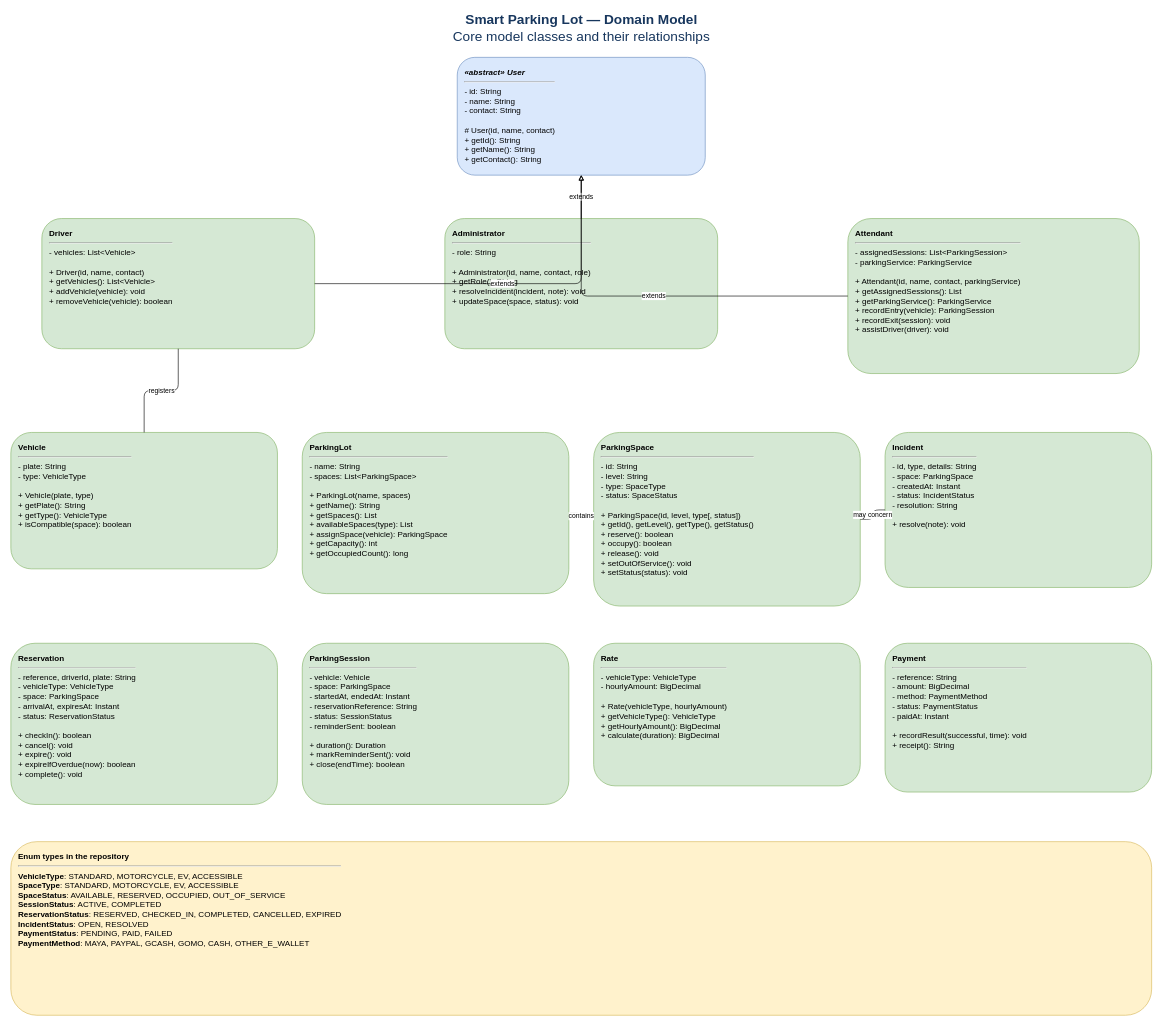
The draw.io diagram page "Domain Model" (1 of 2) of diagrams/SPLS_Class_Diagram.drawio in andreinidea886-wq/Smart-Parking-lot, before the edit. Source tidied: cells renumbered, new cells numbered last; positions are measured from the earlier drawing's top-left corner, leaving out a move shared by most shapes. Both pictures are drawn from the tidied source at 62%, with x=0, y=0 at pixel (11, 11).
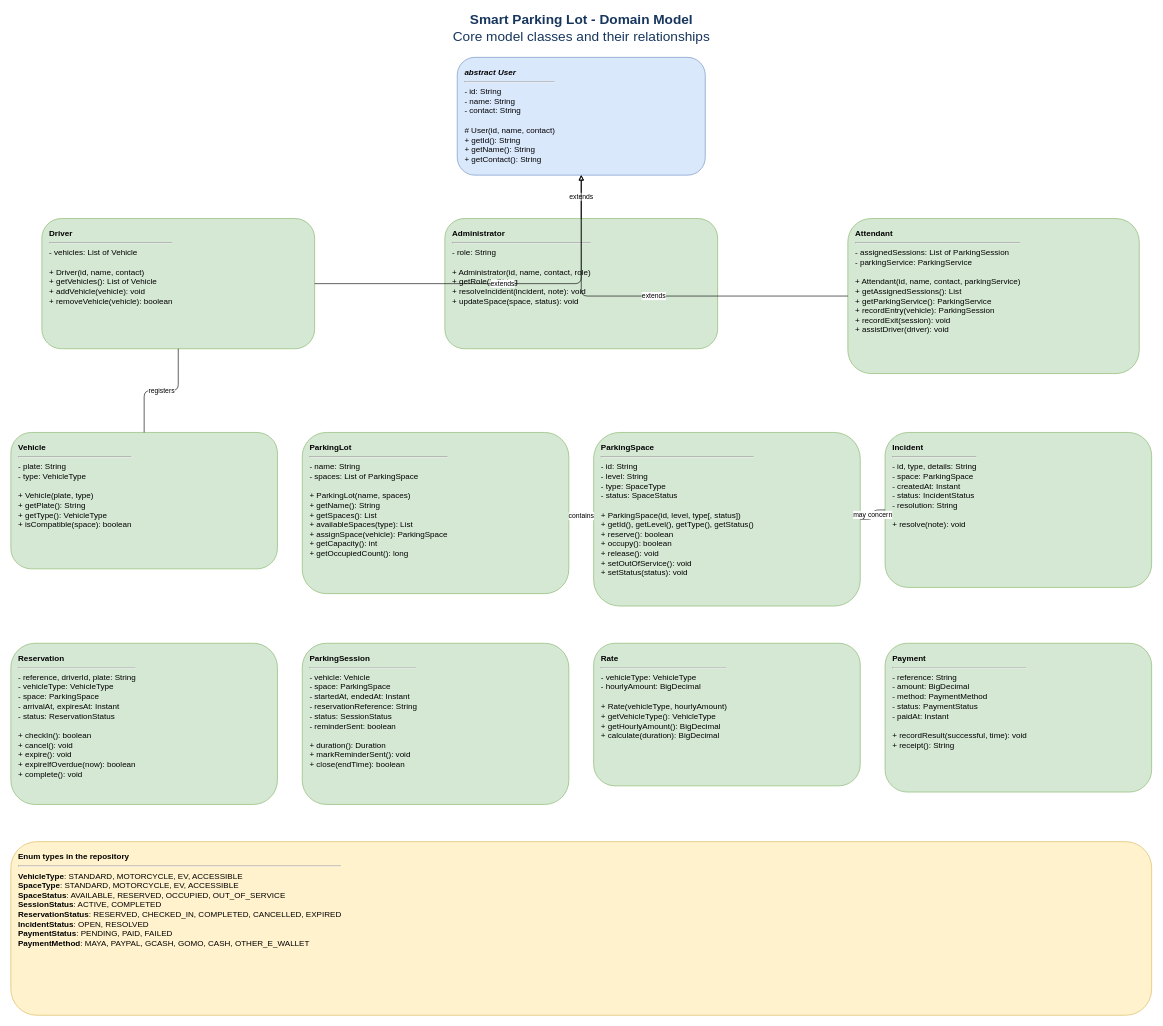
After the change.

The edit, as a diff of the source:
```diff
@@
-    <mxCell id="2" value="&lt;b&gt;Smart Parking Lot — Domain Model&lt;/b&gt;&lt;br/&gt;Core model classes and their relationships" style="text;html=1;align=center;verticalAlign=middle;fontSize=22;fontColor=#17365D;" parent="1" vertex="1">
+    <mxCell id="2" value="&lt;b&gt;Smart Parking Lot  -  Domain Model&lt;/b&gt;&lt;br/&gt;Core model classes and their relationships" style="text;html=1;align=center;verticalAlign=middle;fontSize=22;fontColor=#17365D;" parent="1" vertex="1">
       <mxGeometry width="1840" height="55" as="geometry" />
     </mxCell>
-    <mxCell id="3" value="&lt;b&gt;&lt;i&gt;«abstract» User&lt;/i&gt;&lt;/b&gt;&lt;hr align='left'/&gt;- id: String&lt;br/&gt;- name: String&lt;br/&gt;- contact: String&lt;br/&gt;&lt;br/&gt;# User(id, name, contact)&lt;br/&gt;+ getId(): String&lt;br/&gt;+ getName(): String&lt;br/&gt;+ getContact(): String" style="rounded=1;whiteSpace=wrap;html=1;align=left;verticalAlign=top;spacing=12;fontSize=13;fillColor=#dae8fc;strokeColor=#6c8ebf;" parent="1" vertex="1">
+    <mxCell id="3" value="&lt;b&gt;&lt;i&gt;abstract User&lt;/i&gt;&lt;/b&gt;&lt;hr align='left'/&gt;- id: String&lt;br/&gt;- name: String&lt;br/&gt;- contact: String&lt;br/&gt;&lt;br/&gt;# User(id, name, contact)&lt;br/&gt;+ getId(): String&lt;br/&gt;+ getName(): String&lt;br/&gt;+ getContact(): String" style="rounded=1;whiteSpace=wrap;html=1;align=left;verticalAlign=top;spacing=12;fontSize=13;fillColor=#dae8fc;strokeColor=#6c8ebf;" parent="1" vertex="1">
       <mxGeometry x="720" y="75" width="400" height="190" as="geometry" />
     </mxCell>
-    <mxCell id="4" value="&lt;b&gt;Driver&lt;/b&gt;&lt;hr align='left'/&gt;- vehicles: List&amp;lt;Vehicle&amp;gt;&lt;br/&gt;&lt;br/&gt;+ Driver(id, name, contact)&lt;br/&gt;+ getVehicles(): List&amp;lt;Vehicle&amp;gt;&lt;br/&gt;+ addVehicle(vehicle): void&lt;br/&gt;+ removeVehicle(vehicle): boolean" style="rounded=1;whiteSpace=wrap;html=1;align=left;verticalAlign=top;spacing=12;fontSize=13;fillColor=#d5e8d4;strokeColor=#82b366;" parent="1" vertex="1">
+    <mxCell id="4" value="&lt;b&gt;Driver&lt;/b&gt;&lt;hr align='left'/&gt;- vehicles: List of Vehicle&lt;br/&gt;&lt;br/&gt;+ Driver(id, name, contact)&lt;br/&gt;+ getVehicles(): List of Vehicle&lt;br/&gt;+ addVehicle(vehicle): void&lt;br/&gt;+ removeVehicle(vehicle): boolean" style="rounded=1;whiteSpace=wrap;html=1;align=left;verticalAlign=top;spacing=12;fontSize=13;fillColor=#d5e8d4;strokeColor=#82b366;" parent="1" vertex="1">
       <mxGeometry x="50" y="335" width="440" height="210" as="geometry" />
     </mxCell>
@@
-    <mxCell id="6" value="&lt;b&gt;Attendant&lt;/b&gt;&lt;hr align='left'/&gt;- assignedSessions: List&amp;lt;ParkingSession&amp;gt;&lt;br/&gt;- parkingService: ParkingService&lt;br/&gt;&lt;br/&gt;+ Attendant(id, name, contact, parkingService)&lt;br/&gt;+ getAssignedSessions(): List&lt;br/&gt;+ getParkingService(): ParkingService&lt;br/&gt;+ recordEntry(vehicle): ParkingSession&lt;br/&gt;+ recordExit(session): void&lt;br/&gt;+ assistDriver(driver): void" style="rounded=1;whiteSpace=wrap;html=1;align=left;verticalAlign=top;spacing=12;fontSize=13;fillColor=#d5e8d4;strokeColor=#82b366;" parent="1" vertex="1">
+    <mxCell id="6" value="&lt;b&gt;Attendant&lt;/b&gt;&lt;hr align='left'/&gt;- assignedSessions: List of ParkingSession&lt;br/&gt;- parkingService: ParkingService&lt;br/&gt;&lt;br/&gt;+ Attendant(id, name, contact, parkingService)&lt;br/&gt;+ getAssignedSessions(): List&lt;br/&gt;+ getParkingService(): ParkingService&lt;br/&gt;+ recordEntry(vehicle): ParkingSession&lt;br/&gt;+ recordExit(session): void&lt;br/&gt;+ assistDriver(driver): void" style="rounded=1;whiteSpace=wrap;html=1;align=left;verticalAlign=top;spacing=12;fontSize=13;fillColor=#d5e8d4;strokeColor=#82b366;" parent="1" vertex="1">
       <mxGeometry x="1350" y="335" width="470" height="250" as="geometry" />
     </mxCell>
@@
-    <mxCell id="8" value="&lt;b&gt;ParkingLot&lt;/b&gt;&lt;hr align='left'/&gt;- name: String&lt;br/&gt;- spaces: List&amp;lt;ParkingSpace&amp;gt;&lt;br/&gt;&lt;br/&gt;+ ParkingLot(name, spaces)&lt;br/&gt;+ getName(): String&lt;br/&gt;+ getSpaces(): List&lt;br/&gt;+ availableSpaces(type): List&lt;br/&gt;+ assignSpace(vehicle): ParkingSpace&lt;br/&gt;+ getCapacity(): int&lt;br/&gt;+ getOccupiedCount(): long" style="rounded=1;whiteSpace=wrap;html=1;align=left;verticalAlign=top;spacing=12;fontSize=13;fillColor=#d5e8d4;strokeColor=#82b366;" parent="1" vertex="1">
+    <mxCell id="8" value="&lt;b&gt;ParkingLot&lt;/b&gt;&lt;hr align='left'/&gt;- name: String&lt;br/&gt;- spaces: List of ParkingSpace&lt;br/&gt;&lt;br/&gt;+ ParkingLot(name, spaces)&lt;br/&gt;+ getName(): String&lt;br/&gt;+ getSpaces(): List&lt;br/&gt;+ availableSpaces(type): List&lt;br/&gt;+ assignSpace(vehicle): ParkingSpace&lt;br/&gt;+ getCapacity(): int&lt;br/&gt;+ getOccupiedCount(): long" style="rounded=1;whiteSpace=wrap;html=1;align=left;verticalAlign=top;spacing=12;fontSize=13;fillColor=#d5e8d4;strokeColor=#82b366;" parent="1" vertex="1">
       <mxGeometry x="470" y="680" width="430" height="260" as="geometry" />
     </mxCell>
```
